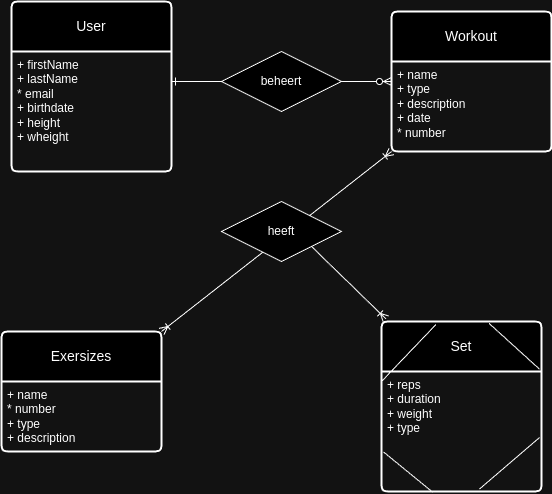
Earlier version of the draw.io export apps/comp-gym/public/ERD.drawio.png (Damianen/comp-gym). Source tidied: cells renumbered, new cells last; positions are measured from the earlier drawing's top-left corner, leaving out a move shared by most shapes.
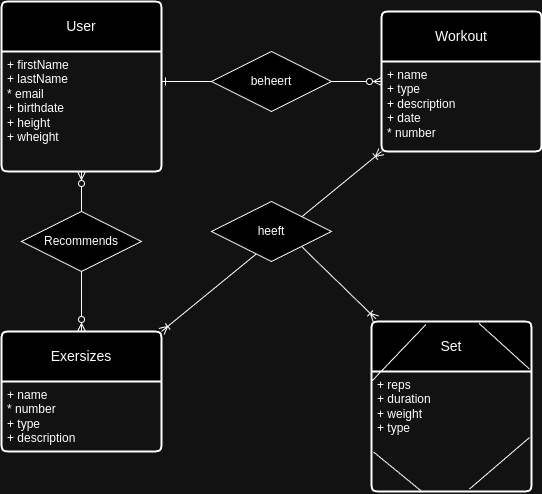
Later version of the same file.

The edit, as a diff of the source:
```diff
@@ -15,7 +15,7 @@
       <mxGeometry y="50" width="160" height="90" as="geometry" />
     </mxCell>
     <mxCell id="6" value="Exersizes" style="swimlane;horizontal=1;startSize=50;rounded=1;fontSize=14;fontStyle=0;strokeWidth=2;shadow=0;dashed=0;align=center;arcSize=4;whiteSpace=wrap;html=1;" parent="1" vertex="1">
-      <mxGeometry y="330" width="160" height="120" as="geometry" />
+      <mxGeometry x="10" y="330" width="160" height="120" as="geometry" />
     </mxCell>
     <mxCell id="7" value="+ name&lt;div&gt;* number&lt;/div&gt;&lt;div&gt;+ type&lt;/div&gt;&lt;div&gt;+ description&lt;/div&gt;&lt;div&gt;&lt;br&gt;&lt;/div&gt;" style="align=left;strokeColor=none;fillColor=none;spacingLeft=4;fontSize=12;verticalAlign=top;html=1;" parent="6" vertex="1">
       <mxGeometry y="50" width="160" height="70" as="geometry" />
@@ -55,5 +55,11 @@
         <mxPoint x="380" y="380" as="targetPoint" />
       </mxGeometry>
     </mxCell>
+    <mxCell id="19" style="fontSize=12;html=1;endArrow=ERzeroToMany;endFill=0;rounded=0;exitX=0.5;exitY=1;exitDx=0;exitDy=0;startArrow=ERzeroToMany;startFill=0;entryX=0.5;entryY=0;entryDx=0;entryDy=0;" parent="1" edge="1" source="3" target="6">
+      <mxGeometry relative="1" as="geometry" />
+    </mxCell>
+    <mxCell id="20" value="Recommends" style="shape=rhombus;perimeter=rhombusPerimeter;whiteSpace=wrap;html=1;align=center;" parent="1" vertex="1">
+      <mxGeometry x="30" y="210" width="120" height="60" as="geometry" />
+    </mxCell>
   </root>
 </mxGraphModel>
```
